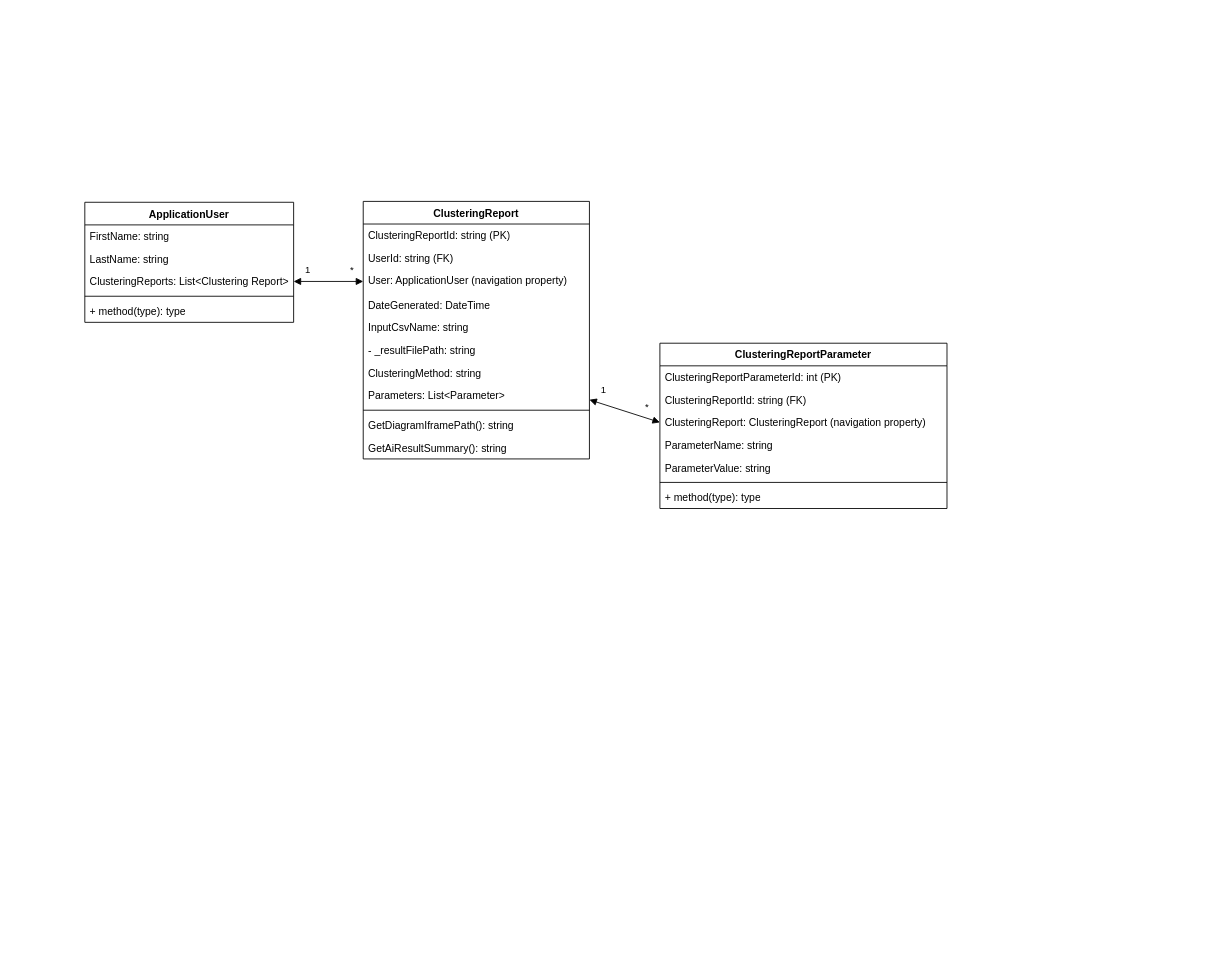
ianrule/hello-streamlit keeps this draw.io diagram as uml-diagrams/claim-detective-class-diagram.drawio. Above is the earlier version. Source tidied: cells renumbered, new cells numbered last; positions are measured from the earlier drawing's top-left corner, leaving out a move shared by most shapes. Both pictures are drawn from the tidied source at 87%, with x=0, y=0 at pixel (84, 201).
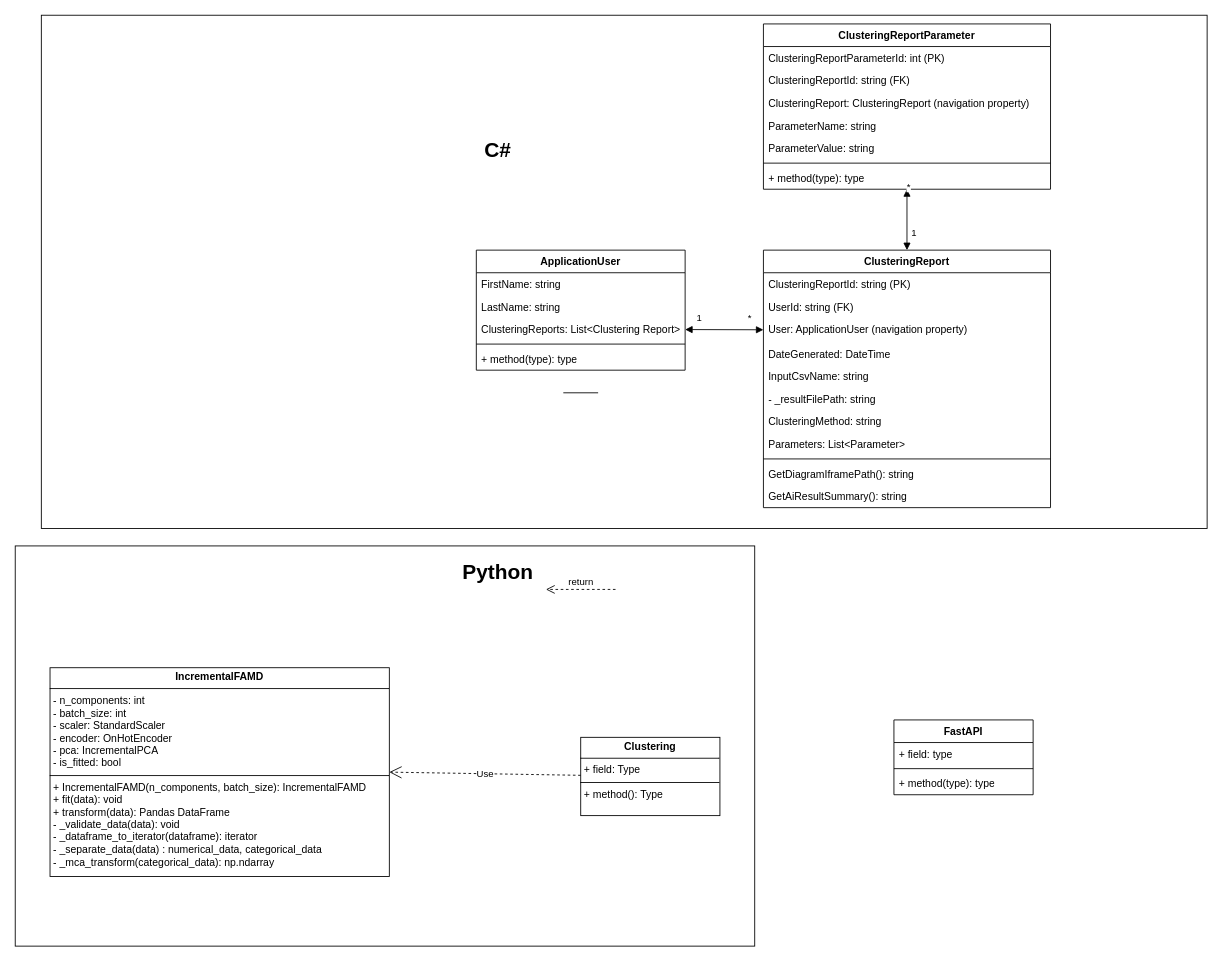
The same page after the edit.

The change refers to these unchanged cells:
```xml
<mxCell id="5" value="ClusteringReports: List&amp;lt;Clustering Report&amp;gt;" style="text;strokeColor=none;fillColor=none;align=left;verticalAlign=top;spacingLeft=4;spacingRight=4;overflow=hidden;points=[[0,0.5],[1,0.5]];portConstraint=eastwest;whiteSpace=wrap;html=1;" parent="2" vertex="1">
  <mxGeometry y="78" width="240" height="26" as="geometry" />
</mxCell>
```

The edit, as a diff of the source:
```diff
@@
+    <mxCell id="34" style="rounded=0;whiteSpace=wrap;html=1;" parent="1" vertex="1">
+      <mxGeometry x="-80" y="396" width="850" height="460" as="geometry" />
+    </mxCell>
+    <mxCell id="35" style="rounded=0;whiteSpace=wrap;html=1;" parent="1" vertex="1">
+      <mxGeometry x="-50" y="-214" width="1340" height="590" as="geometry" />
+    </mxCell>
     <mxCell id="2" value="ApplicationUser" style="swimlane;fontStyle=1;align=center;verticalAlign=top;horizontal=1;startSize=26;whiteSpace=wrap;html=1;" parent="1" vertex="1">
-      <mxGeometry y="1" width="240" height="138" as="geometry" />
+      <mxGeometry x="450" y="56" width="240" height="138" as="geometry" />
     </mxCell>
@@
+    <mxCell id="20" style="endArrow=block;startArrow=block;endFill=1;startFill=1;html=1;rounded=0;" parent="1" edge="1" source="5" target="11">
+      <mxGeometry relative="1" as="geometry" />
+    </mxCell>
+    <mxCell id="21" value="*" style="edgeLabel;html=1;align=center;verticalAlign=middle;" parent="20" vertex="1">
+      <mxGeometry x="0.67" y="-2" relative="1" as="geometry">
+        <mxPoint x="-1" y="-16" as="offset" />
+      </mxGeometry>
+    </mxCell>
+    <mxCell id="22" value="1" style="edgeLabel;html=1;align=center;verticalAlign=middle;" parent="20" vertex="1">
+      <mxGeometry x="-0.8" relative="1" as="geometry">
+        <mxPoint x="7" y="-14" as="offset" />
+      </mxGeometry>
+    </mxCell>
+    <mxCell id="23" value="ClusteringReportParameter" style="swimlane;fontStyle=1;align=center;verticalAlign=top;horizontal=1;startSize=26;whiteSpace=wrap;html=1;" parent="1" vertex="1">
+      <mxGeometry x="780" y="-204" width="330" height="190" as="geometry" />
+    </mxCell>
+    <mxCell id="24" value="ClusteringReportParameterId: int (PK)" style="text;strokeColor=none;fillColor=none;align=left;verticalAlign=top;spacingLeft=4;spacingRight=4;overflow=hidden;whiteSpace=wrap;html=1;" parent="23" vertex="1">
+      <mxGeometry y="26" width="330" height="26" as="geometry" />
+    </mxCell>
+    <mxCell id="25" value="ClusteringReportId: string (FK)" style="text;strokeColor=none;fillColor=none;align=left;verticalAlign=top;spacingLeft=4;spacingRight=4;overflow=hidden;whiteSpace=wrap;html=1;" parent="23" vertex="1">
+      <mxGeometry y="52" width="330" height="26" as="geometry" />
+    </mxCell>
+    <mxCell id="26" value="ClusteringReport: ClusteringReport (navigation property)" style="text;strokeColor=none;fillColor=none;align=left;verticalAlign=top;spacingLeft=4;spacingRight=4;overflow=hidden;points=[[0,0.5],[1,0.5]];portConstraint=eastwest;whiteSpace=wrap;html=1;" parent="23" vertex="1">
+      <mxGeometry y="78" width="330" height="26" as="geometry" />
+    </mxCell>
+    <mxCell id="27" value="ParameterName: string" style="text;strokeColor=none;fillColor=none;align=left;verticalAlign=top;spacingLeft=4;spacingRight=4;overflow=hidden;whiteSpace=wrap;html=1;" parent="23" vertex="1">
+      <mxGeometry y="104" width="330" height="26" as="geometry" />
+    </mxCell>
+    <mxCell id="28" value="ParameterValue: string&lt;div&gt;&lt;br&gt;&lt;/div&gt;" style="text;strokeColor=none;fillColor=none;align=left;verticalAlign=top;spacingLeft=4;spacingRight=4;overflow=hidden;whiteSpace=wrap;html=1;" parent="23" vertex="1">
+      <mxGeometry y="130" width="330" height="26" as="geometry" />
+    </mxCell>
+    <mxCell id="29" style="line;strokeWidth=1;fillColor=none;align=left;verticalAlign=middle;spacingTop=-1;spacingLeft=3;spacingRight=3;labelPosition=right;strokeColor=inherit;" parent="23" vertex="1">
+      <mxGeometry y="156" width="330" height="8" as="geometry" />
+    </mxCell>
+    <mxCell id="30" value="+ method(type): type" style="text;strokeColor=none;fillColor=none;align=left;verticalAlign=top;spacingLeft=4;spacingRight=4;overflow=hidden;whiteSpace=wrap;html=1;" parent="23" vertex="1">
+      <mxGeometry y="164" width="330" height="26" as="geometry" />
+    </mxCell>
+    <mxCell id="36" value="&lt;p style=&quot;margin:0px;margin-top:4px;text-align:center;&quot;&gt;&lt;b&gt;Clustering&lt;/b&gt;&lt;/p&gt;&lt;hr size=&quot;1&quot; style=&quot;border-style:solid;&quot;&gt;&lt;p style=&quot;margin:0px;margin-left:4px;&quot;&gt;+ field: Type&lt;/p&gt;&lt;hr size=&quot;1&quot; style=&quot;border-style:solid;&quot;&gt;&lt;p style=&quot;margin:0px;margin-left:4px;&quot;&gt;+ method(): Type&lt;/p&gt;" style="verticalAlign=top;align=left;overflow=fill;html=1;whiteSpace=wrap;" parent="1" vertex="1">
+      <mxGeometry x="570" y="616" width="160" height="90" as="geometry" />
+    </mxCell>
+    <mxCell id="37" value="C#" style="text;html=1;align=center;verticalAlign=middle;whiteSpace=wrap;rounded=0;fontSize=24;fontStyle=1;" parent="1" vertex="1">
+      <mxGeometry x="340" y="-84" width="270" height="50" as="geometry" />
+    </mxCell>
+    <mxCell id="38" value="Python" style="text;html=1;align=center;verticalAlign=middle;whiteSpace=wrap;rounded=0;fontStyle=1;fontSize=24;" parent="1" vertex="1">
+      <mxGeometry x="410" y="406" width="130" height="40" as="geometry" />
+    </mxCell>
+    <mxCell id="39" value="&lt;p style=&quot;margin:0px;margin-top:4px;text-align:center;&quot;&gt;&lt;b&gt;IncrementalFAMD&lt;/b&gt;&lt;/p&gt;&lt;hr size=&quot;1&quot; style=&quot;border-style:solid;&quot;&gt;&lt;p style=&quot;margin:0px;margin-left:4px;&quot;&gt;- n_components: int&lt;/p&gt;&lt;p style=&quot;margin:0px;margin-left:4px;&quot;&gt;- batch_size: int&lt;/p&gt;&lt;p style=&quot;margin:0px;margin-left:4px;&quot;&gt;- scaler: StandardScaler&lt;/p&gt;&lt;p style=&quot;margin:0px;margin-left:4px;&quot;&gt;- encoder: OnHotEncoder&lt;/p&gt;&lt;p style=&quot;margin:0px;margin-left:4px;&quot;&gt;- pca: IncrementalPCA&lt;/p&gt;&lt;p style=&quot;margin:0px;margin-left:4px;&quot;&gt;- is_fitted: bool&lt;/p&gt;&lt;hr size=&quot;1&quot; style=&quot;border-style:solid;&quot;&gt;&lt;p style=&quot;margin:0px;margin-left:4px;&quot;&gt;+ IncrementalFAMD(n_components, batch_size): IncrementalFAMD&lt;/p&gt;&lt;p style=&quot;margin:0px;margin-left:4px;&quot;&gt;+ fit(data): void&lt;/p&gt;&lt;p style=&quot;margin:0px;margin-left:4px;&quot;&gt;+ transform(data): Pandas DataFrame&lt;/p&gt;&lt;p style=&quot;margin:0px;margin-left:4px;&quot;&gt;- _validate_data(data): void&lt;/p&gt;&lt;p style=&quot;margin:0px;margin-left:4px;&quot;&gt;- _dataframe_to_iterator(dataframe): iterator&lt;/p&gt;&lt;p style=&quot;margin:0px;margin-left:4px;&quot;&gt;- _separate_data(data) : numerical_data, categorical_data&lt;/p&gt;&lt;p style=&quot;margin:0px;margin-left:4px;&quot;&gt;- _mca_transform(categorical_data): np.ndarray&lt;/p&gt;" style="verticalAlign=top;align=left;overflow=fill;html=1;whiteSpace=wrap;" parent="1" vertex="1">
+      <mxGeometry x="-40" y="536" width="390" height="240" as="geometry" />
+    </mxCell>
+    <mxCell id="40" value="Use" style="endArrow=open;endSize=12;dashed=1;html=1;rounded=0;" parent="1" edge="1" source="36">
+      <mxGeometry relative="1" as="geometry">
+        <mxPoint x="350" y="656" as="targetPoint" />
+      </mxGeometry>
+    </mxCell>
     <mxCell id="8" value="ClusteringReport" style="swimlane;fontStyle=1;align=center;verticalAlign=top;horizontal=1;startSize=26;whiteSpace=wrap;html=1;" parent="1" vertex="1">
-      <mxGeometry x="320" width="260" height="296" as="geometry" />
+      <mxGeometry x="780" y="56" width="330" height="296" as="geometry" />
     </mxCell>
     <mxCell id="9" value="ClusteringReportId: string (PK)" style="text;strokeColor=none;fillColor=none;align=left;verticalAlign=top;spacingLeft=4;spacingRight=4;overflow=hidden;whiteSpace=wrap;html=1;" parent="8" vertex="1">
-      <mxGeometry y="26" width="260" height="26" as="geometry" />
+      <mxGeometry y="26" width="330" height="26" as="geometry" />
     </mxCell>
     <mxCell id="10" value="UserId: string (FK)" style="text;strokeColor=none;fillColor=none;align=left;verticalAlign=top;spacingLeft=4;spacingRight=4;overflow=hidden;whiteSpace=wrap;html=1;" parent="8" vertex="1">
-      <mxGeometry y="52" width="260" height="26" as="geometry" />
+      <mxGeometry y="52" width="330" height="26" as="geometry" />
     </mxCell>
     <mxCell id="11" value="User: ApplicationUser (navigation property)" style="text;strokeColor=none;fillColor=none;align=left;verticalAlign=top;spacingLeft=4;spacingRight=4;overflow=hidden;points=[[0,0.5],[1,0.5]];portConstraint=eastwest;whiteSpace=wrap;html=1;" parent="8" vertex="1">
-      <mxGeometry y="78" width="260" height="28" as="geometry" />
+      <mxGeometry y="78" width="330" height="28" as="geometry" />
     </mxCell>
     <mxCell id="12" value="DateGenerated: DateTime" style="text;strokeColor=none;fillColor=none;align=left;verticalAlign=top;spacingLeft=4;spacingRight=4;overflow=hidden;whiteSpace=wrap;html=1;" parent="8" vertex="1">
-      <mxGeometry y="106" width="260" height="26" as="geometry" />
+      <mxGeometry y="106" width="330" height="26" as="geometry" />
     </mxCell>
     <mxCell id="13" value="InputCsvName: string" style="text;strokeColor=none;fillColor=none;align=left;verticalAlign=top;spacingLeft=4;spacingRight=4;overflow=hidden;whiteSpace=wrap;html=1;" parent="8" vertex="1">
-      <mxGeometry y="132" width="260" height="26" as="geometry" />
+      <mxGeometry y="132" width="330" height="26" as="geometry" />
     </mxCell>
     <mxCell id="14" value="- _resultFilePath: string" style="text;strokeColor=none;fillColor=none;align=left;verticalAlign=top;spacingLeft=4;spacingRight=4;overflow=hidden;whiteSpace=wrap;html=1;" parent="8" vertex="1">
-      <mxGeometry y="158" width="260" height="26" as="geometry" />
+      <mxGeometry y="158" width="330" height="26" as="geometry" />
     </mxCell>
     <mxCell id="15" value="ClusteringMethod: string&lt;div&gt;&lt;br&gt;&lt;/div&gt;" style="text;strokeColor=none;fillColor=none;align=left;verticalAlign=top;spacingLeft=4;spacingRight=4;overflow=hidden;whiteSpace=wrap;html=1;" parent="8" vertex="1">
-      <mxGeometry y="184" width="260" height="26" as="geometry" />
+      <mxGeometry y="184" width="330" height="26" as="geometry" />
     </mxCell>
     <mxCell id="16" value="Parameters: List&amp;lt;Parameter&amp;gt;&lt;div&gt;&lt;br&gt;&lt;/div&gt;" style="text;strokeColor=none;fillColor=none;align=left;verticalAlign=top;spacingLeft=4;spacingRight=4;overflow=hidden;whiteSpace=wrap;html=1;" parent="8" vertex="1">
-      <mxGeometry y="210" width="260" height="26" as="geometry" />
+      <mxGeometry y="210" width="330" height="26" as="geometry" />
     </mxCell>
     <mxCell id="17" style="line;strokeWidth=1;fillColor=none;align=left;verticalAlign=middle;spacingTop=-1;spacingLeft=3;spacingRight=3;labelPosition=right;strokeColor=inherit;" parent="8" vertex="1">
-      <mxGeometry y="236" width="260" height="8" as="geometry" />
+      <mxGeometry y="236" width="330" height="8" as="geometry" />
     </mxCell>
     <mxCell id="18" value="GetDiagramIframePath&lt;span style=&quot;background-color: transparent; color: light-dark(rgb(0, 0, 0), rgb(255, 255, 255));&quot;&gt;(): string&lt;/span&gt;" style="text;strokeColor=none;fillColor=none;align=left;verticalAlign=top;spacingLeft=4;spacingRight=4;overflow=hidden;whiteSpace=wrap;html=1;" parent="8" vertex="1">
-      <mxGeometry y="244" width="260" height="26" as="geometry" />
+      <mxGeometry y="244" width="330" height="26" as="geometry" />
     </mxCell>
     <mxCell id="19" value="GetAiResultSummary(): string" style="text;strokeColor=none;fillColor=none;align=left;verticalAlign=top;spacingLeft=4;spacingRight=4;overflow=hidden;whiteSpace=wrap;html=1;" parent="8" vertex="1">
-      <mxGeometry y="270" width="260" height="26" as="geometry" />
+      <mxGeometry y="270" width="330" height="26" as="geometry" />
     </mxCell>
-    <mxCell id="20" style="endArrow=block;startArrow=block;endFill=1;startFill=1;html=1;rounded=0;exitX=1;exitY=0.5;exitDx=0;exitDy=0;entryX=0;entryY=0.5;entryDx=0;entryDy=0;" parent="1" edge="1" source="5" target="11">
-      <mxGeometry relative="1" as="geometry" />
-    </mxCell>
-    <mxCell id="21" value="*" style="edgeLabel;html=1;align=center;verticalAlign=middle;" parent="20" vertex="1">
-      <mxGeometry x="0.67" y="-2" relative="1" as="geometry">
-        <mxPoint x="-1" y="-16" as="offset" />
-      </mxGeometry>
-    </mxCell>
-    <mxCell id="22" value="1" style="edgeLabel;html=1;align=center;verticalAlign=middle;" parent="20" vertex="1">
-      <mxGeometry x="-0.8" relative="1" as="geometry">
-        <mxPoint x="7" y="-14" as="offset" />
-      </mxGeometry>
-    </mxCell>
-    <mxCell id="23" value="ClusteringReportParameter" style="swimlane;fontStyle=1;align=center;verticalAlign=top;horizontal=1;startSize=26;whiteSpace=wrap;html=1;" parent="1" vertex="1">
-      <mxGeometry x="661" y="163" width="330" height="190" as="geometry" />
-    </mxCell>
-    <mxCell id="24" value="ClusteringReportParameterId: int (PK)" style="text;strokeColor=none;fillColor=none;align=left;verticalAlign=top;spacingLeft=4;spacingRight=4;overflow=hidden;whiteSpace=wrap;html=1;" parent="23" vertex="1">
-      <mxGeometry y="26" width="330" height="26" as="geometry" />
-    </mxCell>
-    <mxCell id="25" value="ClusteringReportId: string (FK)" style="text;strokeColor=none;fillColor=none;align=left;verticalAlign=top;spacingLeft=4;spacingRight=4;overflow=hidden;whiteSpace=wrap;html=1;" parent="23" vertex="1">
-      <mxGeometry y="52" width="330" height="26" as="geometry" />
-    </mxCell>
-    <mxCell id="26" value="ClusteringReport: ClusteringReport (navigation property)" style="text;strokeColor=none;fillColor=none;align=left;verticalAlign=top;spacingLeft=4;spacingRight=4;overflow=hidden;points=[[0,0.5],[1,0.5]];portConstraint=eastwest;whiteSpace=wrap;html=1;" parent="23" vertex="1">
-      <mxGeometry y="78" width="330" height="26" as="geometry" />
-    </mxCell>
-    <mxCell id="27" value="ParameterName: string" style="text;strokeColor=none;fillColor=none;align=left;verticalAlign=top;spacingLeft=4;spacingRight=4;overflow=hidden;whiteSpace=wrap;html=1;" parent="23" vertex="1">
-      <mxGeometry y="104" width="330" height="26" as="geometry" />
-    </mxCell>
-    <mxCell id="28" value="ParameterValue: string&lt;div&gt;&lt;br&gt;&lt;/div&gt;" style="text;strokeColor=none;fillColor=none;align=left;verticalAlign=top;spacingLeft=4;spacingRight=4;overflow=hidden;whiteSpace=wrap;html=1;" parent="23" vertex="1">
-      <mxGeometry y="130" width="330" height="26" as="geometry" />
-    </mxCell>
-    <mxCell id="29" style="line;strokeWidth=1;fillColor=none;align=left;verticalAlign=middle;spacingTop=-1;spacingLeft=3;spacingRight=3;labelPosition=right;strokeColor=inherit;" parent="23" vertex="1">
-      <mxGeometry y="156" width="330" height="8" as="geometry" />
-    </mxCell>
-    <mxCell id="30" value="+ method(type): type" style="text;strokeColor=none;fillColor=none;align=left;verticalAlign=top;spacingLeft=4;spacingRight=4;overflow=hidden;whiteSpace=wrap;html=1;" parent="23" vertex="1">
-      <mxGeometry y="164" width="330" height="26" as="geometry" />
-    </mxCell>
-    <mxCell id="31" style="endArrow=block;startArrow=block;endFill=1;startFill=1;html=1;rounded=0;entryX=0;entryY=0.5;entryDx=0;entryDy=0;" parent="1" edge="1" target="26">
-      <mxGeometry relative="1" as="geometry">
-        <mxPoint x="580" y="228" as="sourcePoint" />
-      </mxGeometry>
+    <mxCell id="31" style="endArrow=block;startArrow=block;endFill=1;startFill=1;html=1;rounded=0;" parent="1" edge="1" source="8" target="23">
+      <mxGeometry relative="1" as="geometry" />
     </mxCell>
@@
+    <mxCell id="41" value="FastAPI" style="swimlane;fontStyle=1;align=center;verticalAlign=top;horizontal=1;startSize=26;whiteSpace=wrap;html=1;" parent="1" vertex="1">
+      <mxGeometry x="930" y="596" width="160" height="86" as="geometry" />
+    </mxCell>
+    <mxCell id="42" value="+ field: type" style="text;strokeColor=none;fillColor=none;align=left;verticalAlign=top;spacingLeft=4;spacingRight=4;overflow=hidden;whiteSpace=wrap;html=1;" parent="41" vertex="1">
+      <mxGeometry y="26" width="160" height="26" as="geometry" />
+    </mxCell>
+    <mxCell id="43" style="line;strokeWidth=1;fillColor=none;align=left;verticalAlign=middle;spacingTop=-1;spacingLeft=3;spacingRight=3;labelPosition=right;strokeColor=inherit;" parent="41" vertex="1">
+      <mxGeometry y="52" width="160" height="8" as="geometry" />
+    </mxCell>
+    <mxCell id="44" value="+ method(type): type" style="text;strokeColor=none;fillColor=none;align=left;verticalAlign=top;spacingLeft=4;spacingRight=4;overflow=hidden;whiteSpace=wrap;html=1;" parent="41" vertex="1">
+      <mxGeometry y="60" width="160" height="26" as="geometry" />
+    </mxCell>
+    <mxCell id="45" style="line;strokeWidth=1;fillColor=none;align=left;verticalAlign=middle;spacingTop=-1;spacingLeft=3;spacingRight=3;labelPosition=right;strokeColor=inherit;" parent="1" vertex="1">
+      <mxGeometry x="550" y="216" width="40" height="8" as="geometry" />
+    </mxCell>
+    <mxCell id="46" value="return" style="html=1;verticalAlign=bottom;endArrow=open;dashed=1;endSize=8;curved=0;rounded=0;" parent="1" edge="1">
+      <mxGeometry relative="1" as="geometry">
+        <mxPoint x="610" y="446" as="sourcePoint" />
+        <mxPoint x="530" y="446" as="targetPoint" />
+      </mxGeometry>
+    </mxCell>
```
